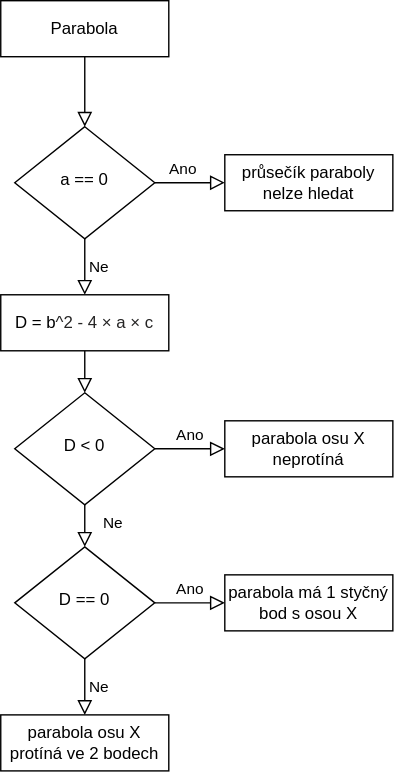
Before: ZAL/parabola.svg, a diagram exported from draw.io (TadeasPikl/Diagrams.net). Source tidied: cells renumbered, new cells last; positions are measured from the earlier drawing's top-left corner, leaving out a move shared by most shapes.
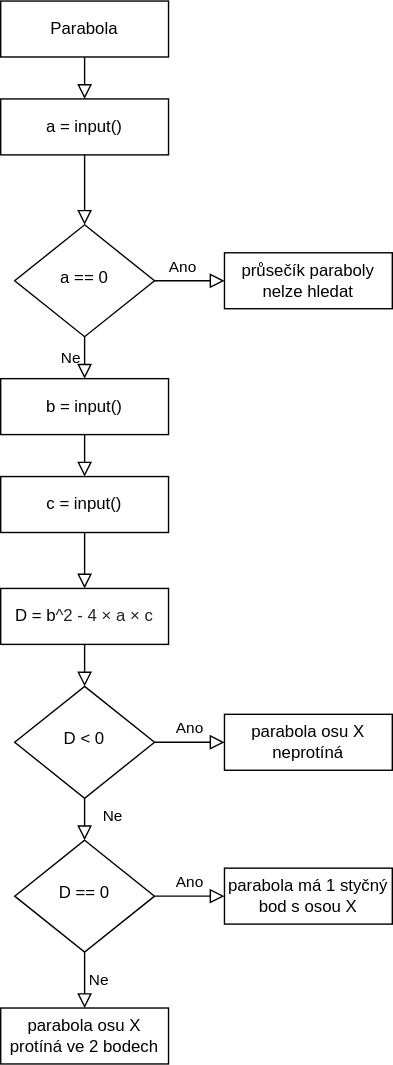
The same diagram one commit later.

What changed in the source:
```diff
@@ -2,23 +2,23 @@
   <root>
     <mxCell id="0" />
     <mxCell id="1" parent="0" />
-    <mxCell id="2" style="html=1;jettySize=auto;fontSize=11;endArrow=block;endFill=0;endSize=8;strokeWidth=1;shadow=0;labelBackgroundColor=none;edgeStyle=orthogonalEdgeStyle;" parent="1" edge="1" source="3" target="6">
-      <mxGeometry relative="1" as="geometry" />
-    </mxCell>
+    <mxCell id="19" style="edgeStyle=orthogonalEdgeStyle;jettySize=auto;html=1;shadow=0;labelBackgroundColor=none;endArrow=block;endFill=0;endSize=8;strokeWidth=1;" parent="1" edge="1" source="3" target="25">
+      <mxGeometry relative="1" as="geometry" />
+    </mxCell>
     <mxCell id="3" value="Parabola" style="whiteSpace=wrap;html=1;fontSize=12;glass=0;strokeWidth=1;shadow=0;" parent="1" vertex="1">
-      <mxGeometry width="120" height="40" as="geometry" />
+      <mxGeometry y="-210" width="120" height="40" as="geometry" />
     </mxCell>
     <mxCell id="4" value="Ano" style="html=1;jettySize=auto;fontSize=11;endArrow=block;endFill=0;endSize=8;strokeWidth=1;shadow=0;labelBackgroundColor=none;edgeStyle=orthogonalEdgeStyle;exitX=1;exitY=0.5;exitDx=0;exitDy=0;entryX=0;entryY=0.5;entryDx=0;entryDy=0;" parent="1" edge="1" source="6" target="7">
       <mxGeometry x="-0.2" y="10" relative="1" as="geometry" />
     </mxCell>
-    <mxCell id="5" value="Ne" style="edgeStyle=orthogonalEdgeStyle;html=1;jettySize=auto;fontSize=11;endArrow=block;endFill=0;endSize=8;strokeWidth=1;shadow=0;labelBackgroundColor=none;jumpStyle=none;" parent="1" edge="1" source="6" target="13">
+    <mxCell id="5" value="Ne" style="edgeStyle=orthogonalEdgeStyle;html=1;jettySize=auto;fontSize=11;endArrow=block;endFill=0;endSize=8;strokeWidth=1;shadow=0;labelBackgroundColor=none;jumpStyle=none;" parent="1" edge="1" source="6" target="23">
       <mxGeometry y="10" relative="1" as="geometry" />
     </mxCell>
     <mxCell id="6" value="a == 0" style="rhombus;whiteSpace=wrap;html=1;shadow=0;fontFamily=Helvetica;fontSize=12;align=center;strokeWidth=1;spacing=6;spacingTop=-4;" parent="1" vertex="1">
-      <mxGeometry x="10" y="90" width="100" height="80" as="geometry" />
+      <mxGeometry x="10" y="-50" width="100" height="80" as="geometry" />
     </mxCell>
     <mxCell id="7" value="průsečík paraboly nelze hledat" style="whiteSpace=wrap;html=1;fontSize=12;glass=0;strokeWidth=1;shadow=0;" parent="1" vertex="1">
-      <mxGeometry x="160" y="110" width="120" height="40" as="geometry" />
+      <mxGeometry x="160" y="-30" width="120" height="40" as="geometry" />
     </mxCell>
     <mxCell id="8" value="Ne" style="html=1;jettySize=auto;fontSize=11;endArrow=block;endFill=0;endSize=8;strokeWidth=1;shadow=0;labelBackgroundColor=none;edgeStyle=orthogonalEdgeStyle;" parent="1" edge="1" source="10" target="14">
       <mxGeometry x="0.33" y="20" relative="1" as="geometry" />
@@ -53,5 +53,23 @@
     <mxCell id="18" value="parabola osu X protíná ve 2 bodech" style="whiteSpace=wrap;html=1;fontSize=12;glass=0;strokeWidth=1;shadow=0;" parent="1" vertex="1">
       <mxGeometry y="510" width="120" height="40" as="geometry" />
     </mxCell>
+    <mxCell id="20" style="edgeStyle=orthogonalEdgeStyle;jettySize=auto;html=1;shadow=0;labelBackgroundColor=none;endArrow=block;endFill=0;endSize=8;strokeWidth=1;" parent="1" edge="1" source="21" target="13">
+      <mxGeometry relative="1" as="geometry" />
+    </mxCell>
+    <mxCell id="21" value="&lt;span&gt;c = input()&lt;/span&gt;" style="whiteSpace=wrap;html=1;fontSize=12;glass=0;strokeWidth=1;shadow=0;" parent="1" vertex="1">
+      <mxGeometry y="130" width="120" height="40" as="geometry" />
+    </mxCell>
+    <mxCell id="22" style="edgeStyle=orthogonalEdgeStyle;jettySize=auto;html=1;shadow=0;labelBackgroundColor=none;endArrow=block;endFill=0;endSize=8;strokeWidth=1;" parent="1" edge="1" source="23" target="21">
+      <mxGeometry relative="1" as="geometry" />
+    </mxCell>
+    <mxCell id="23" value="&lt;span&gt;b = input()&lt;/span&gt;" style="whiteSpace=wrap;html=1;fontSize=12;glass=0;strokeWidth=1;shadow=0;" parent="1" vertex="1">
+      <mxGeometry y="60" width="120" height="40" as="geometry" />
+    </mxCell>
+    <mxCell id="24" style="edgeStyle=orthogonalEdgeStyle;jettySize=auto;html=1;shadow=0;labelBackgroundColor=none;endArrow=block;endFill=0;endSize=8;strokeWidth=1;" parent="1" edge="1" source="25" target="6">
+      <mxGeometry relative="1" as="geometry" />
+    </mxCell>
+    <mxCell id="25" value="a = input()" style="whiteSpace=wrap;html=1;fontSize=12;glass=0;strokeWidth=1;shadow=0;" parent="1" vertex="1">
+      <mxGeometry y="-140" width="120" height="40" as="geometry" />
+    </mxCell>
   </root>
 </mxGraphModel>
```
